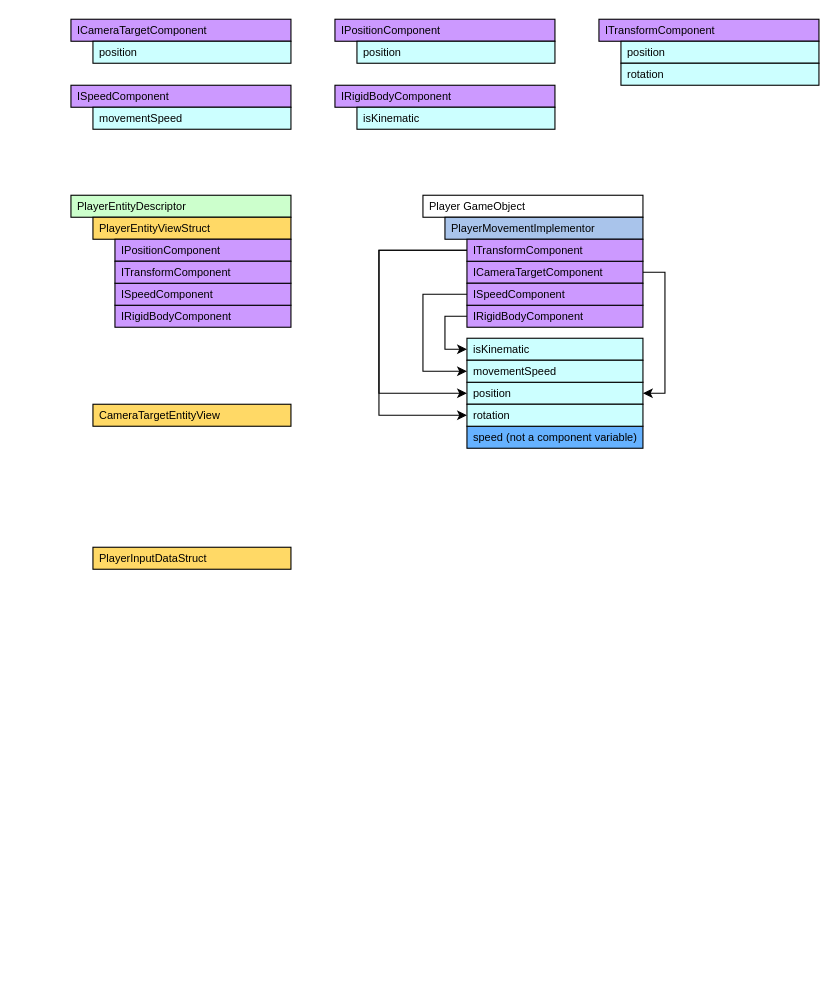
The draw.io diagram Diagrams/Svelto-ECS-UnityIntegration-Overview.drawio in jjmac/svelto-learning, before the edit. Source tidied: cells renumbered, new cells numbered last; positions are measured from the earlier drawing's top-left corner, leaving out a move shared by most shapes. Both pictures are drawn from the tidied source at 110%, with x=0, y=0 at pixel (70, 19).
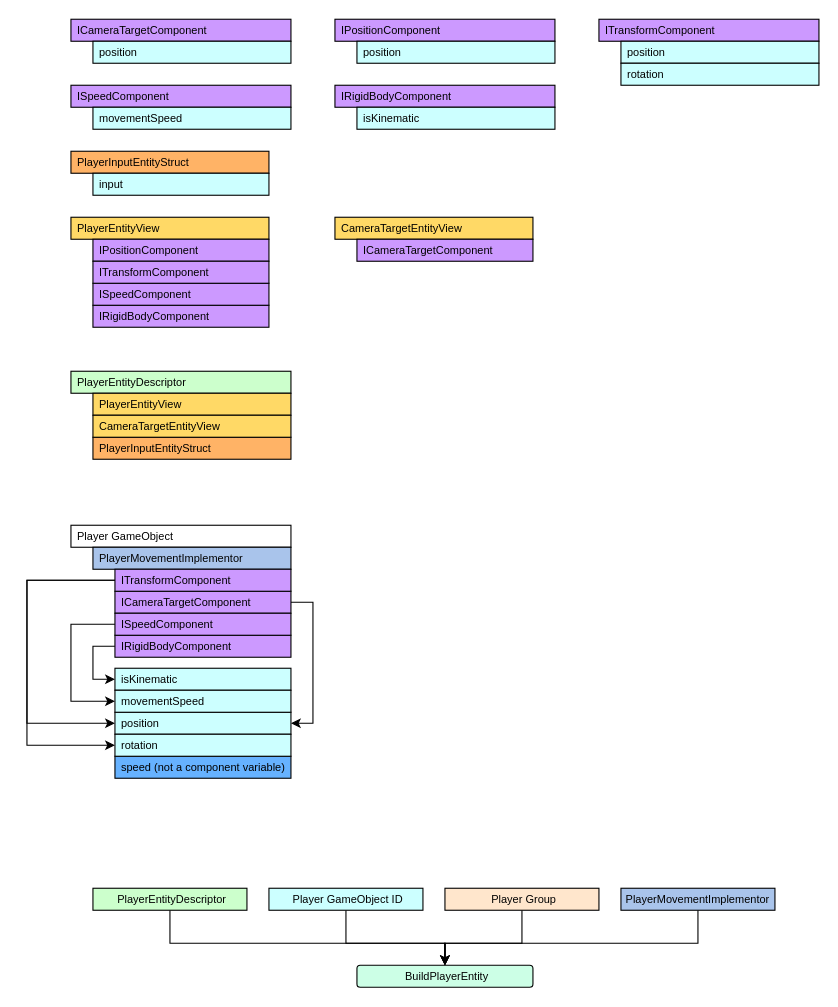
Above is the later version.

Change to the diagram source:
```diff
@@
     <mxCell id="2" value="Player GameObject" style="rounded=0;whiteSpace=wrap;html=1;fillColor=#FFFFFF;align=left;spacingLeft=4;fontSize=10;fontFamily=Helvetica;" parent="1" vertex="1">
-      <mxGeometry x="320" y="160" width="200" height="20" as="geometry" />
+      <mxGeometry y="460" width="200" height="20" as="geometry" />
     </mxCell>
     <mxCell id="3" value="PlayerMovementImplementor" style="rounded=0;whiteSpace=wrap;html=1;fillColor=#A9C4EB;align=left;spacingLeft=4;fontSize=10;fontFamily=Helvetica;" parent="1" vertex="1">
-      <mxGeometry x="340" y="180" width="180" height="20" as="geometry" />
+      <mxGeometry x="20" y="480" width="180" height="20" as="geometry" />
     </mxCell>
     <mxCell id="4" style="edgeStyle=orthogonalEdgeStyle;rounded=0;jettySize=auto;html=1;entryX=0;entryY=0.5;entryDx=0;entryDy=0;fillColor=#FFFFFF;fontFamily=Helvetica;fontSize=10;" parent="1" edge="1" source="5" target="15">
       <mxGeometry relative="1" as="geometry">
         <Array as="points">
-          <mxPoint x="340" y="270" />
-          <mxPoint x="340" y="300" />
+          <mxPoint x="20" y="570" />
+          <mxPoint x="20" y="600" />
         </Array>
       </mxGeometry>
     </mxCell>
     <mxCell id="5" value="IRigidBodyComponent" style="rounded=0;whiteSpace=wrap;html=1;fillColor=#CC99FF;align=left;spacingLeft=4;fontSize=10;fontFamily=Helvetica;" parent="1" vertex="1">
-      <mxGeometry x="360" y="260" width="160" height="20" as="geometry" />
+      <mxGeometry x="40" y="560" width="160" height="20" as="geometry" />
     </mxCell>
     <mxCell id="6" style="edgeStyle=orthogonalEdgeStyle;rounded=0;jettySize=auto;html=1;entryX=1;entryY=0.5;entryDx=0;entryDy=0;fillColor=#FFFFFF;fontFamily=Helvetica;fontSize=10;" parent="1" edge="1" source="7" target="14">
       <mxGeometry relative="1" as="geometry">
         <Array as="points">
-          <mxPoint x="540" y="230" />
-          <mxPoint x="540" y="340" />
+          <mxPoint x="220" y="530" />
+          <mxPoint x="220" y="640" />
         </Array>
       </mxGeometry>
     </mxCell>
     <mxCell id="7" value="ICameraTargetComponent" style="rounded=0;whiteSpace=wrap;html=1;fillColor=#CC99FF;align=left;spacingLeft=4;fontSize=10;fontFamily=Helvetica;" parent="1" vertex="1">
-      <mxGeometry x="360" y="220" width="160" height="20" as="geometry" />
+      <mxGeometry x="40" y="520" width="160" height="20" as="geometry" />
     </mxCell>
     <mxCell id="8" style="edgeStyle=orthogonalEdgeStyle;rounded=0;jettySize=auto;html=1;entryX=0;entryY=0.5;entryDx=0;entryDy=0;fillColor=#FFFFFF;fontFamily=Helvetica;fontSize=10;" parent="1" edge="1" source="9" target="17">
       <mxGeometry relative="1" as="geometry">
         <Array as="points">
-          <mxPoint x="320" y="250" />
-          <mxPoint x="320" y="320" />
+          <mxPoint y="550" />
+          <mxPoint y="620" />
         </Array>
       </mxGeometry>
     </mxCell>
     <mxCell id="9" value="ISpeedComponent" style="rounded=0;whiteSpace=wrap;html=1;fillColor=#CC99FF;align=left;spacingLeft=4;fontSize=10;fontFamily=Helvetica;" parent="1" vertex="1">
-      <mxGeometry x="360" y="240" width="160" height="20" as="geometry" />
+      <mxGeometry x="40" y="540" width="160" height="20" as="geometry" />
     </mxCell>
     <mxCell id="10" style="edgeStyle=orthogonalEdgeStyle;rounded=0;jettySize=auto;html=1;fillColor=#FFFFFF;fontFamily=Helvetica;fontSize=10;entryX=0;entryY=0.5;entryDx=0;entryDy=0;" parent="1" edge="1" source="12" target="16">
       <mxGeometry relative="1" as="geometry">
         <Array as="points">
-          <mxPoint x="280" y="210" />
-          <mxPoint x="280" y="360" />
+          <mxPoint x="-40" y="510" />
+          <mxPoint x="-40" y="660" />
         </Array>
       </mxGeometry>
     </mxCell>
     <mxCell id="11" style="edgeStyle=orthogonalEdgeStyle;rounded=0;jettySize=auto;html=1;entryX=0;entryY=0.5;entryDx=0;entryDy=0;fillColor=#FFFFFF;fontFamily=Helvetica;fontSize=10;" parent="1" edge="1" source="12" target="14">
       <mxGeometry relative="1" as="geometry">
         <Array as="points">
-          <mxPoint x="280" y="210" />
-          <mxPoint x="280" y="340" />
+          <mxPoint x="-40" y="510" />
+          <mxPoint x="-40" y="640" />
         </Array>
       </mxGeometry>
     </mxCell>
     <mxCell id="12" value="ITransformComponent" style="rounded=0;whiteSpace=wrap;html=1;fillColor=#CC99FF;align=left;spacingLeft=4;fontSize=10;fontFamily=Helvetica;" parent="1" vertex="1">
-      <mxGeometry x="360" y="200" width="160" height="20" as="geometry" />
+      <mxGeometry x="40" y="500" width="160" height="20" as="geometry" />
     </mxCell>
     <mxCell id="13" value="speed (not a component variable)" style="rounded=0;whiteSpace=wrap;html=1;fillColor=#66B2FF;align=left;spacingLeft=4;fontSize=10;fontFamily=Helvetica;" parent="1" vertex="1">
-      <mxGeometry x="360" y="370" width="160" height="20" as="geometry" />
+      <mxGeometry x="40" y="670" width="160" height="20" as="geometry" />
     </mxCell>
     <mxCell id="14" value="position" style="rounded=0;whiteSpace=wrap;html=1;fillColor=#CCFFFF;align=left;spacingLeft=4;fontSize=10;fontFamily=Helvetica;" parent="1" vertex="1">
-      <mxGeometry x="360" y="330" width="160" height="20" as="geometry" />
+      <mxGeometry x="40" y="630" width="160" height="20" as="geometry" />
     </mxCell>
     <mxCell id="15" value="isKinematic" style="rounded=0;whiteSpace=wrap;html=1;fillColor=#CCFFFF;align=left;spacingLeft=4;fontSize=10;fontFamily=Helvetica;" parent="1" vertex="1">
-      <mxGeometry x="360" y="290" width="160" height="20" as="geometry" />
+      <mxGeometry x="40" y="590" width="160" height="20" as="geometry" />
     </mxCell>
     <mxCell id="16" value="rotation" style="rounded=0;whiteSpace=wrap;html=1;fillColor=#CCFFFF;align=left;spacingLeft=4;fontSize=10;fontFamily=Helvetica;" parent="1" vertex="1">
-      <mxGeometry x="360" y="350" width="160" height="20" as="geometry" />
+      <mxGeometry x="40" y="650" width="160" height="20" as="geometry" />
     </mxCell>
     <mxCell id="17" value="movementSpeed" style="rounded=0;whiteSpace=wrap;html=1;fillColor=#CCFFFF;align=left;spacingLeft=4;fontSize=10;fontFamily=Helvetica;" parent="1" vertex="1">
-      <mxGeometry x="360" y="310" width="160" height="20" as="geometry" />
+      <mxGeometry x="40" y="610" width="160" height="20" as="geometry" />
     </mxCell>
     <mxCell id="18" value="PlayerEntityDescriptor" style="rounded=0;whiteSpace=wrap;html=1;fillColor=#CCFFCC;align=left;spacingLeft=4;fontSize=10;fontFamily=Helvetica;" parent="1" vertex="1">
-      <mxGeometry y="160" width="200" height="20" as="geometry" />
+      <mxGeometry y="320" width="200" height="20" as="geometry" />
     </mxCell>
@@
-    <mxCell id="28" value="PlayerEntityViewStruct" style="rounded=0;whiteSpace=wrap;html=1;fillColor=#FFD966;align=left;spacingLeft=4;fontSize=10;fontFamily=Helvetica;" parent="1" vertex="1">
-      <mxGeometry x="20" y="180" width="180" height="20" as="geometry" />
+    <mxCell id="28" value="PlayerEntityView" style="rounded=0;whiteSpace=wrap;html=1;fillColor=#FFD966;align=left;spacingLeft=4;fontSize=10;fontFamily=Helvetica;" parent="1" vertex="1">
+      <mxGeometry y="180" width="180" height="20" as="geometry" />
     </mxCell>
     <mxCell id="29" value="CameraTargetEntityView" style="rounded=0;whiteSpace=wrap;html=1;fillColor=#FFD966;align=left;spacingLeft=4;fontSize=10;fontFamily=Helvetica;" parent="1" vertex="1">
-      <mxGeometry x="20" y="350" width="180" height="20" as="geometry" />
+      <mxGeometry x="240" y="180" width="180" height="20" as="geometry" />
     </mxCell>
-    <mxCell id="30" value="PlayerInputDataStruct" style="rounded=0;whiteSpace=wrap;html=1;fillColor=#FFD966;align=left;spacingLeft=4;fontSize=10;fontFamily=Helvetica;" parent="1" vertex="1">
-      <mxGeometry x="20" y="480" width="180" height="20" as="geometry" />
+    <mxCell id="30" value="PlayerInputEntityStruct" style="rounded=0;whiteSpace=wrap;html=1;fillColor=#FFB366;align=left;spacingLeft=4;fontSize=10;fontFamily=Helvetica;" parent="1" vertex="1">
+      <mxGeometry x="20" y="380" width="180" height="20" as="geometry" />
     </mxCell>
     <mxCell id="31" value="IRigidBodyComponent" style="rounded=0;whiteSpace=wrap;html=1;fillColor=#CC99FF;align=left;spacingLeft=4;fontSize=10;fontFamily=Helvetica;" parent="1" vertex="1">
-      <mxGeometry x="40" y="260" width="160" height="20" as="geometry" />
+      <mxGeometry x="20" y="260" width="160" height="20" as="geometry" />
     </mxCell>
     <mxCell id="32" value="ISpeedComponent" style="rounded=0;whiteSpace=wrap;html=1;fillColor=#CC99FF;align=left;spacingLeft=4;fontSize=10;fontFamily=Helvetica;" parent="1" vertex="1">
-      <mxGeometry x="40" y="240" width="160" height="20" as="geometry" />
+      <mxGeometry x="20" y="240" width="160" height="20" as="geometry" />
     </mxCell>
     <mxCell id="33" value="IPositionComponent" style="rounded=0;whiteSpace=wrap;html=1;fillColor=#CC99FF;align=left;spacingLeft=4;fontSize=10;fontFamily=Helvetica;" parent="1" vertex="1">
-      <mxGeometry x="40" y="200" width="160" height="20" as="geometry" />
+      <mxGeometry x="20" y="200" width="160" height="20" as="geometry" />
     </mxCell>
     <mxCell id="34" value="ITransformComponent" style="rounded=0;whiteSpace=wrap;html=1;fillColor=#CC99FF;align=left;spacingLeft=4;fontSize=10;fontFamily=Helvetica;" parent="1" vertex="1">
-      <mxGeometry x="40" y="220" width="160" height="20" as="geometry" />
+      <mxGeometry x="20" y="220" width="160" height="20" as="geometry" />
     </mxCell>
@@
+    <mxCell id="37" value="ICameraTargetComponent" style="rounded=0;whiteSpace=wrap;html=1;fillColor=#CC99FF;align=left;spacingLeft=4;fontSize=10;fontFamily=Helvetica;" parent="1" vertex="1">
+      <mxGeometry x="260" y="200" width="160" height="20" as="geometry" />
+    </mxCell>
+    <mxCell id="38" value="PlayerInputEntityStruct" style="rounded=0;whiteSpace=wrap;html=1;fillColor=#FFB366;align=left;spacingLeft=4;fontSize=10;fontFamily=Helvetica;" parent="1" vertex="1">
+      <mxGeometry y="120" width="180" height="20" as="geometry" />
+    </mxCell>
+    <mxCell id="39" value="input" style="rounded=0;whiteSpace=wrap;html=1;fillColor=#CCFFFF;align=left;spacingLeft=4;fontSize=10;fontFamily=Helvetica;" parent="1" vertex="1">
+      <mxGeometry x="20" y="140" width="160" height="20" as="geometry" />
+    </mxCell>
+    <mxCell id="40" value="PlayerEntityView" style="rounded=0;whiteSpace=wrap;html=1;fillColor=#FFD966;align=left;spacingLeft=4;fontSize=10;fontFamily=Helvetica;" parent="1" vertex="1">
+      <mxGeometry x="20" y="340" width="180" height="20" as="geometry" />
+    </mxCell>
+    <mxCell id="41" value="CameraTargetEntityView" style="rounded=0;whiteSpace=wrap;html=1;fillColor=#FFD966;align=left;spacingLeft=4;fontSize=10;fontFamily=Helvetica;" parent="1" vertex="1">
+      <mxGeometry x="20" y="360" width="180" height="20" as="geometry" />
+    </mxCell>
+    <mxCell id="42" value="BuildPlayerEntity" style="rounded=1;whiteSpace=wrap;html=1;fillColor=#CCFFE6;fontFamily=Helvetica;fontSize=10;align=center;verticalAlign=middle;spacingLeft=4;spacingTop=0;" parent="1" vertex="1">
+      <mxGeometry x="260" y="860" width="160" height="20" as="geometry" />
+    </mxCell>
+    <mxCell id="43" style="edgeStyle=orthogonalEdgeStyle;rounded=0;jettySize=auto;html=1;fillColor=#FFFFFF;fontFamily=Helvetica;fontSize=10;" parent="1" edge="1" source="44" target="42">
+      <mxGeometry relative="1" as="geometry">
+        <Array as="points">
+          <mxPoint x="90" y="840" />
+          <mxPoint x="340" y="840" />
+        </Array>
+      </mxGeometry>
+    </mxCell>
+    <mxCell id="44" value="PlayerEntityDescriptor" style="rounded=0;whiteSpace=wrap;html=1;fillColor=#CCFFCC;align=center;spacingLeft=4;fontSize=10;fontFamily=Helvetica;" parent="1" vertex="1">
+      <mxGeometry x="20" y="790" width="140" height="20" as="geometry" />
+    </mxCell>
+    <mxCell id="45" style="edgeStyle=orthogonalEdgeStyle;rounded=0;jettySize=auto;html=1;fillColor=#FFFFFF;fontFamily=Helvetica;fontSize=10;" parent="1" edge="1" source="46" target="42">
+      <mxGeometry relative="1" as="geometry">
+        <Array as="points">
+          <mxPoint x="570" y="840" />
+          <mxPoint x="340" y="840" />
+        </Array>
+      </mxGeometry>
+    </mxCell>
+    <mxCell id="46" value="PlayerMovementImplementor" style="rounded=0;whiteSpace=wrap;html=1;fillColor=#A9C4EB;align=center;spacingLeft=0;fontSize=10;fontFamily=Helvetica;" parent="1" vertex="1">
+      <mxGeometry x="500" y="790" width="140" height="20" as="geometry" />
+    </mxCell>
+    <mxCell id="47" style="edgeStyle=orthogonalEdgeStyle;rounded=0;jettySize=auto;html=1;fillColor=#FFFFFF;fontFamily=Helvetica;fontSize=10;" parent="1" edge="1" source="48" target="42">
+      <mxGeometry relative="1" as="geometry">
+        <Array as="points">
+          <mxPoint x="410" y="840" />
+          <mxPoint x="340" y="840" />
+        </Array>
+      </mxGeometry>
+    </mxCell>
+    <mxCell id="48" value="Player Group" style="rounded=0;whiteSpace=wrap;html=1;fillColor=#FFE6CC;align=center;spacingLeft=4;fontSize=10;fontFamily=Helvetica;" parent="1" vertex="1">
+      <mxGeometry x="340" y="790" width="140" height="20" as="geometry" />
+    </mxCell>
+    <mxCell id="49" style="edgeStyle=orthogonalEdgeStyle;rounded=0;jettySize=auto;html=1;fillColor=#FFFFFF;fontFamily=Helvetica;fontSize=10;" parent="1" edge="1" source="50" target="42">
+      <mxGeometry relative="1" as="geometry">
+        <Array as="points">
+          <mxPoint x="250" y="840" />
+          <mxPoint x="340" y="840" />
+        </Array>
+      </mxGeometry>
+    </mxCell>
+    <mxCell id="50" value="Player GameObject ID" style="rounded=0;whiteSpace=wrap;html=1;fillColor=#CCFFFF;align=center;spacingLeft=4;fontSize=10;fontFamily=Helvetica;" parent="1" vertex="1">
+      <mxGeometry x="180" y="790" width="140" height="20" as="geometry" />
+    </mxCell>
```
